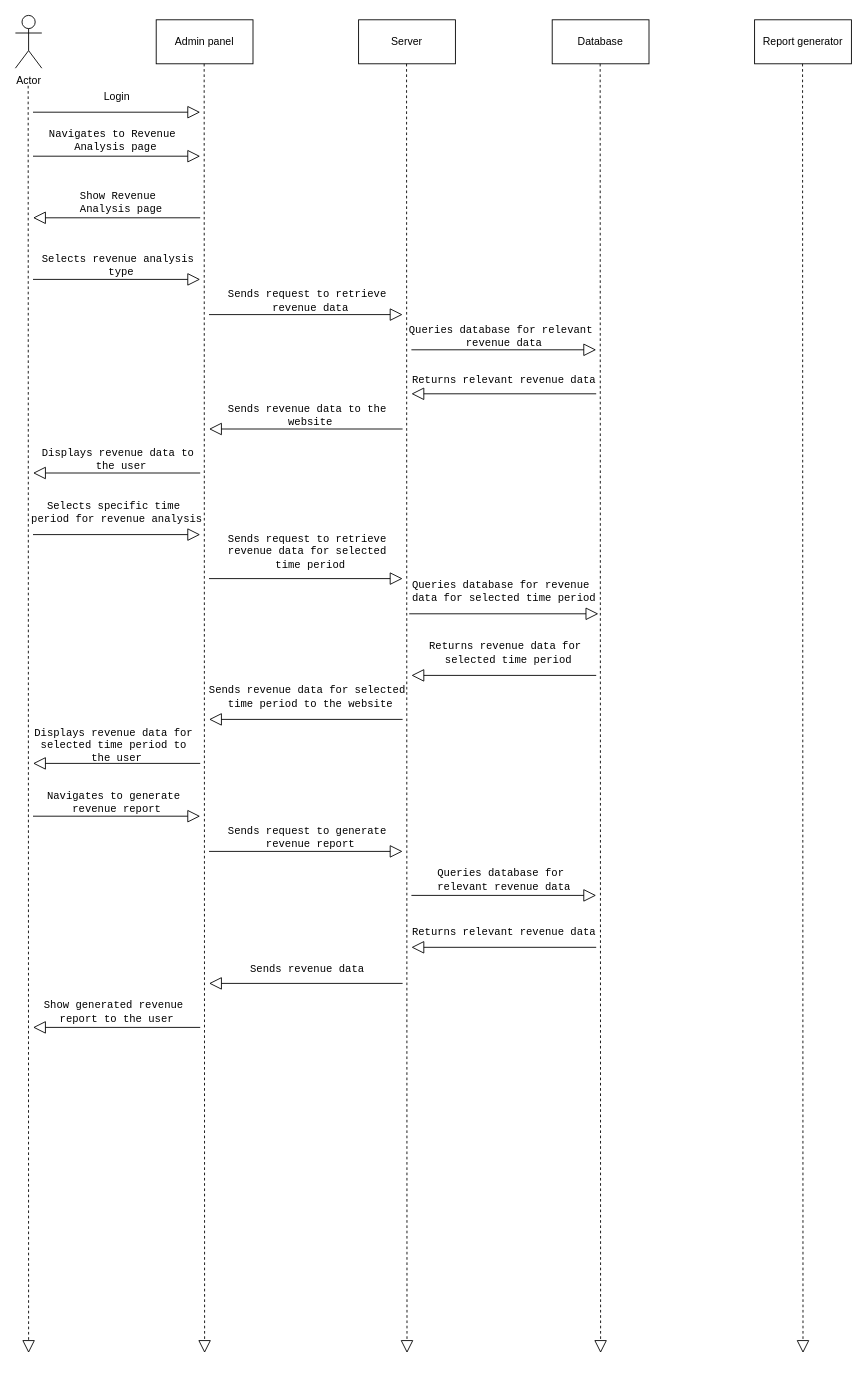
The draw.io diagram revenue.drawio in CodeSithum/sequencediagram, before the edit. Source tidied: cells renumbered, new cells numbered last; positions are measured from the earlier drawing's top-left corner, leaving out a move shared by most shapes. Both pictures are drawn from the tidied source at 88%, with x=0, y=0 at pixel (15, 15).
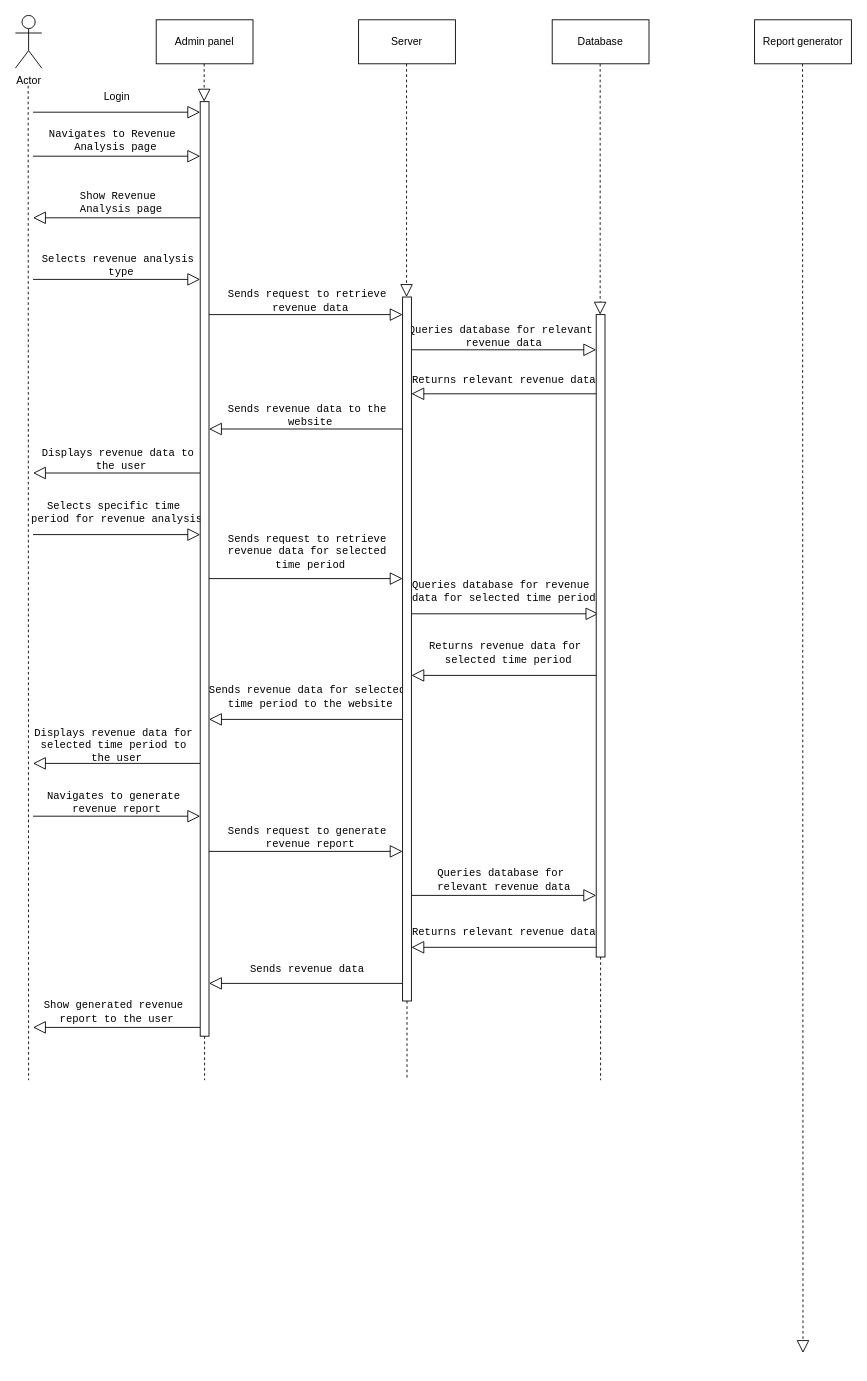
Above is the later version.

Diff of the diagram source:
```diff
@@
-    <mxCell id="6" style="endArrow=block;dashed=1;endFill=0;endSize=12;html=1;rounded=0;" parent="1" edge="1">
+    <mxCell id="6" style="endArrow=none;dashed=1;endFill=0;endSize=12;html=1;rounded=0;" parent="1" edge="1">
       <mxGeometry relative="1" as="geometry">
         <mxPoint x="14.5" y="80" as="sourcePoint" />
-        <mxPoint x="15" y="1520" as="targetPoint" />
+        <mxPoint x="15" y="1210" as="targetPoint" />
       </mxGeometry>
     </mxCell>
-    <mxCell id="7" style="endArrow=block;dashed=1;endFill=0;endSize=12;html=1;rounded=0;" parent="1" edge="1">
+    <mxCell id="7" style="endArrow=none;dashed=1;endFill=0;endSize=12;html=1;rounded=0;" parent="1" edge="1" source="55">
       <mxGeometry relative="1" as="geometry">
-        <mxPoint x="214.5" y="55" as="sourcePoint" />
-        <mxPoint x="215" y="1520" as="targetPoint" />
+        <mxPoint x="215" y="1210" as="targetPoint" />
       </mxGeometry>
     </mxCell>
-    <mxCell id="8" style="endArrow=block;dashed=1;endFill=0;endSize=12;html=1;rounded=0;" parent="1" edge="1">
+    <mxCell id="8" style="endArrow=none;dashed=1;endFill=0;endSize=12;html=1;rounded=0;" parent="1" edge="1" source="57">
       <mxGeometry relative="1" as="geometry">
-        <mxPoint x="444.5" y="55" as="sourcePoint" />
-        <mxPoint x="445" y="1520" as="targetPoint" />
+        <mxPoint x="445" y="1210" as="targetPoint" />
       </mxGeometry>
     </mxCell>
-    <mxCell id="9" style="endArrow=block;dashed=1;endFill=0;endSize=12;html=1;rounded=0;" parent="1" edge="1">
+    <mxCell id="9" style="endArrow=none;dashed=1;endFill=0;endSize=12;html=1;rounded=0;" parent="1" edge="1" source="59">
       <mxGeometry relative="1" as="geometry">
-        <mxPoint x="664.5" y="55" as="sourcePoint" />
-        <mxPoint x="665" y="1520" as="targetPoint" />
+        <mxPoint x="665" y="1210" as="targetPoint" />
       </mxGeometry>
     </mxCell>
@@
+    <mxCell id="54" style="endArrow=block;dashed=1;endFill=0;endSize=12;html=1;rounded=0;" parent="1" edge="1" target="55">
+      <mxGeometry relative="1" as="geometry">
+        <mxPoint x="214.5" y="55" as="sourcePoint" />
+      </mxGeometry>
+    </mxCell>
+    <mxCell id="55" style="html=1;points=[];perimeter=orthogonalPerimeter;outlineConnect=0;targetShapes=umlLifeline;portConstraint=eastwest;newEdgeStyle={&quot;edgeStyle&quot;:&quot;elbowEdgeStyle&quot;,&quot;elbow&quot;:&quot;vertical&quot;,&quot;curved&quot;:0,&quot;rounded&quot;:0};" parent="1" vertex="1">
+      <mxGeometry x="210" y="98" width="10" height="1062" as="geometry" />
+    </mxCell>
+    <mxCell id="56" style="endArrow=block;dashed=1;endFill=0;endSize=12;html=1;rounded=0;" parent="1" edge="1" target="57">
+      <mxGeometry relative="1" as="geometry">
+        <mxPoint x="444.5" y="55" as="sourcePoint" />
+      </mxGeometry>
+    </mxCell>
+    <mxCell id="57" style="html=1;points=[];perimeter=orthogonalPerimeter;outlineConnect=0;targetShapes=umlLifeline;portConstraint=eastwest;newEdgeStyle={&quot;edgeStyle&quot;:&quot;elbowEdgeStyle&quot;,&quot;elbow&quot;:&quot;vertical&quot;,&quot;curved&quot;:0,&quot;rounded&quot;:0};" parent="1" vertex="1">
+      <mxGeometry x="440" y="320" width="10" height="800" as="geometry" />
+    </mxCell>
+    <mxCell id="58" style="endArrow=block;dashed=1;endFill=0;endSize=12;html=1;rounded=0;" parent="1" edge="1" target="59">
+      <mxGeometry relative="1" as="geometry">
+        <mxPoint x="664.5" y="55" as="sourcePoint" />
+      </mxGeometry>
+    </mxCell>
+    <mxCell id="59" style="html=1;points=[];perimeter=orthogonalPerimeter;outlineConnect=0;targetShapes=umlLifeline;portConstraint=eastwest;newEdgeStyle={&quot;edgeStyle&quot;:&quot;elbowEdgeStyle&quot;,&quot;elbow&quot;:&quot;vertical&quot;,&quot;curved&quot;:0,&quot;rounded&quot;:0};" parent="1" vertex="1">
+      <mxGeometry x="660" y="340" width="10" height="730" as="geometry" />
+    </mxCell>
```
